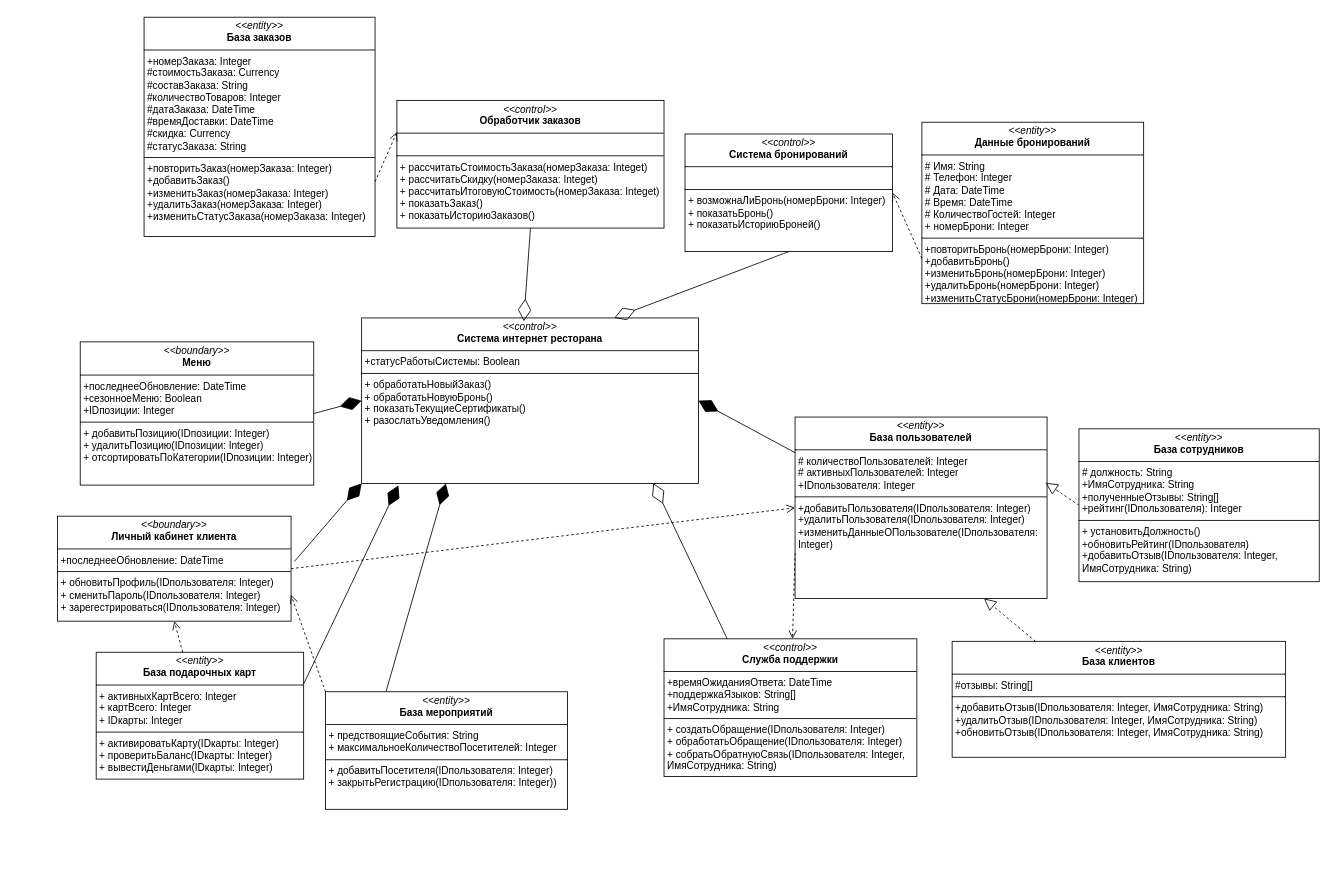
Above: 5 практика диаграмма акмс.drawio in danaddi/draw.io (draw.io), before the change. Source tidied: cells renumbered, new cells numbered last; positions are measured from the earlier drawing's top-left corner, leaving out a move shared by most shapes. Both pictures are drawn from the tidied source at 84%, with x=0, y=0 at pixel (57, 17).
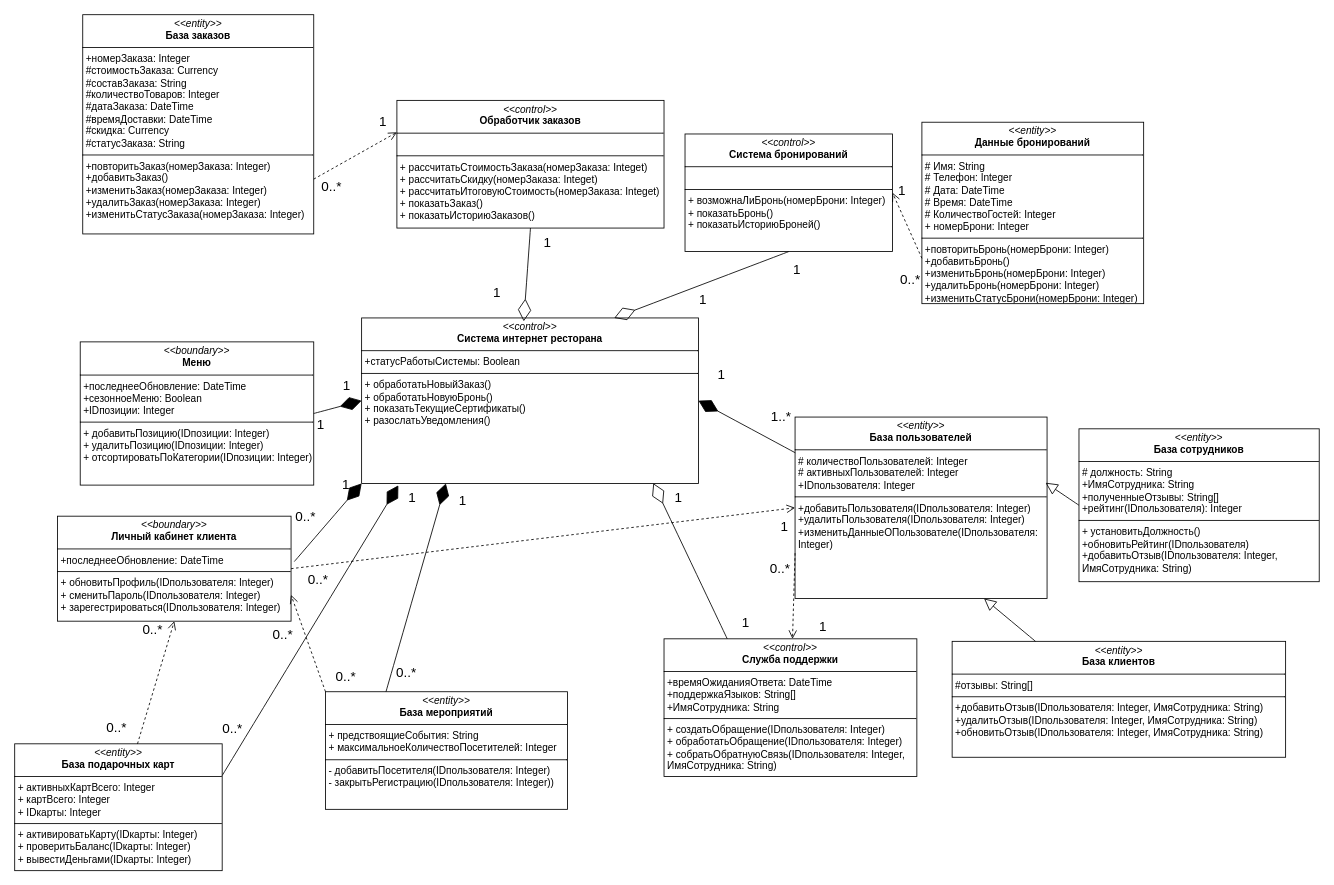
The same diagram, later.

Unchanged cells that the change refers to:
```xml
<mxCell id="23" value="&lt;p style=&quot;margin:0px;margin-top:4px;text-align:center;&quot;&gt;&lt;i&gt;&amp;lt;&amp;lt;entity&amp;gt;&amp;gt;&lt;/i&gt;&lt;br&gt;&lt;b&gt;База пользователей&lt;/b&gt;&lt;/p&gt;&lt;hr size=&quot;1&quot; style=&quot;border-style:solid;&quot;&gt;&lt;p style=&quot;margin:0px;margin-left:4px;&quot;&gt;# количествоПользователей: Integer&lt;/p&gt;&lt;p style=&quot;margin:0px;margin-left:4px;&quot;&gt;# активныхПользователей: Integer&lt;/p&gt;&lt;p style=&quot;margin:0px;margin-left:4px;&quot;&gt;+IDпользователя: Integer&lt;/p&gt;&lt;hr size=&quot;1&quot; style=&quot;border-style:solid;&quot;&gt;&lt;p style=&quot;margin: 0px 0px 0px 4px;&quot;&gt;+добавитьПользователя(&lt;span style=&quot;background-color: transparent; color: light-dark(rgb(0, 0, 0), rgb(255, 255, 255));&quot;&gt;ID&lt;/span&gt;пользователя&lt;span style=&quot;background-color: transparent; color: light-dark(rgb(0, 0, 0), rgb(255, 255, 255));&quot;&gt;: Integer&lt;/span&gt;&lt;span style=&quot;background-color: transparent; color: light-dark(rgb(0, 0, 0), rgb(255, 255, 255));&quot;&gt;)&lt;/span&gt;&lt;/p&gt;&lt;p style=&quot;margin: 0px 0px 0px 4px;&quot;&gt;&lt;span style=&quot;background-color: transparent; color: light-dark(rgb(0, 0, 0), rgb(255, 255, 255));&quot;&gt;+удалитьПользователя(&lt;/span&gt;&lt;span style=&quot;background-color: transparent; color: light-dark(rgb(0, 0, 0), rgb(255, 255, 255));&quot;&gt;ID&lt;/span&gt;&lt;span style=&quot;background-color: transparent; color: light-dark(rgb(0, 0, 0), rgb(255, 255, 255));&quot;&gt;пользователя&lt;/span&gt;&lt;span style=&quot;background-color: transparent; color: light-dark(rgb(0, 0, 0), rgb(255, 255, 255));&quot;&gt;: Integer&lt;/span&gt;&lt;span style=&quot;background-color: transparent; color: light-dark(rgb(0, 0, 0), rgb(255, 255, 255));&quot;&gt;)&lt;/span&gt;&lt;/p&gt;&lt;p style=&quot;margin: 0px 0px 0px 4px;&quot;&gt;&lt;span style=&quot;background-color: transparent; color: light-dark(rgb(0, 0, 0), rgb(255, 255, 255));&quot;&gt;+изменитьДанныеОПользователе(&lt;/span&gt;&lt;span style=&quot;background-color: transparent; color: light-dark(rgb(0, 0, 0), rgb(255, 255, 255));&quot;&gt;ID&lt;/span&gt;пользователя&lt;span style=&quot;background-color: transparent; color: light-dark(rgb(0, 0, 0), rgb(255, 255, 255));&quot;&gt;: Integer&lt;/span&gt;&lt;span style=&quot;background-color: transparent; color: light-dark(rgb(0, 0, 0), rgb(255, 255, 255));&quot;&gt;)&lt;/span&gt;&lt;/p&gt;" style="verticalAlign=top;align=left;overflow=fill;html=1;whiteSpace=wrap;" parent="1" vertex="1">
  <mxGeometry x="878" y="476" width="300" height="216" as="geometry" />
</mxCell>
<mxCell id="27" value="&lt;p style=&quot;margin:0px;margin-top:4px;text-align:center;&quot;&gt;&lt;i&gt;&amp;lt;&amp;lt;entity&amp;gt;&amp;gt;&lt;/i&gt;&lt;br&gt;&lt;b&gt;База сотрудников&lt;/b&gt;&lt;/p&gt;&lt;hr size=&quot;1&quot; style=&quot;border-style:solid;&quot;&gt;&lt;p style=&quot;margin:0px;margin-left:4px;&quot;&gt;# должность: String&lt;br&gt;&lt;/p&gt;&lt;p style=&quot;margin:0px;margin-left:4px;&quot;&gt;+ИмяСотрудника: String&lt;/p&gt;&lt;p style=&quot;margin:0px;margin-left:4px;&quot;&gt;+полученныеОтзывы: String[]&lt;/p&gt;&lt;p style=&quot;margin:0px;margin-left:4px;&quot;&gt;+рейтинг(IDпользователя): Integer&lt;/p&gt;&lt;hr size=&quot;1&quot; style=&quot;border-style:solid;&quot;&gt;&lt;p style=&quot;margin: 0px 0px 0px 4px;&quot;&gt;+ установитьДолжность()&lt;/p&gt;&lt;p style=&quot;margin: 0px 0px 0px 4px;&quot;&gt;+обновитьРейтинг(IDпользователя)&lt;/p&gt;&lt;p style=&quot;margin: 0px 0px 0px 4px;&quot;&gt;+добавитьОтзыв(&lt;span style=&quot;background-color: transparent; color: light-dark(rgb(0, 0, 0), rgb(255, 255, 255));&quot;&gt;ID&lt;/span&gt;&lt;span style=&quot;background-color: transparent; color: light-dark(rgb(0, 0, 0), rgb(255, 255, 255));&quot;&gt;пользователя&lt;/span&gt;&lt;span style=&quot;background-color: transparent; color: light-dark(rgb(0, 0, 0), rgb(255, 255, 255));&quot;&gt;: Integer, ИмяСотрудника&lt;/span&gt;&lt;span style=&quot;background-color: transparent; color: light-dark(rgb(0, 0, 0), rgb(255, 255, 255));&quot;&gt;: String&lt;/span&gt;&lt;span style=&quot;background-color: transparent; color: light-dark(rgb(0, 0, 0), rgb(255, 255, 255));&quot;&gt;)&lt;/span&gt;&lt;/p&gt;" style="verticalAlign=top;align=left;overflow=fill;html=1;whiteSpace=wrap;" parent="1" vertex="1">
  <mxGeometry x="1216" y="490" width="286" height="182" as="geometry" />
</mxCell>
<mxCell id="28" value="&lt;p style=&quot;margin:0px;margin-top:4px;text-align:center;&quot;&gt;&lt;i&gt;&amp;lt;&amp;lt;entity&amp;gt;&amp;gt;&lt;/i&gt;&lt;br&gt;&lt;b&gt;База клиентов&lt;/b&gt;&lt;/p&gt;&lt;hr size=&quot;1&quot; style=&quot;border-style:solid;&quot;&gt;&lt;p style=&quot;margin:0px;margin-left:4px;&quot;&gt;#отзывы: String[]&lt;/p&gt;&lt;hr size=&quot;1&quot; style=&quot;border-style:solid;&quot;&gt;&lt;p style=&quot;margin: 0px 0px 0px 4px;&quot;&gt;+добавитьОтзыв(&lt;span style=&quot;background-color: transparent; color: light-dark(rgb(0, 0, 0), rgb(255, 255, 255));&quot;&gt;ID&lt;/span&gt;&lt;span style=&quot;background-color: transparent; color: light-dark(rgb(0, 0, 0), rgb(255, 255, 255));&quot;&gt;пользователя&lt;/span&gt;&lt;span style=&quot;background-color: transparent; color: light-dark(rgb(0, 0, 0), rgb(255, 255, 255));&quot;&gt;: Integer, ИмяСотрудника&lt;/span&gt;&lt;span style=&quot;background-color: transparent; color: light-dark(rgb(0, 0, 0), rgb(255, 255, 255));&quot;&gt;: String&lt;/span&gt;&lt;span style=&quot;background-color: transparent; color: light-dark(rgb(0, 0, 0), rgb(255, 255, 255));&quot;&gt;)&lt;/span&gt;&lt;/p&gt;&lt;p style=&quot;margin: 0px 0px 0px 4px;&quot;&gt;+удалитьОтзыв(&lt;span style=&quot;background-color: transparent; color: light-dark(rgb(0, 0, 0), rgb(255, 255, 255));&quot;&gt;ID&lt;/span&gt;&lt;span style=&quot;background-color: transparent; color: light-dark(rgb(0, 0, 0), rgb(255, 255, 255));&quot;&gt;пользователя&lt;/span&gt;&lt;span style=&quot;background-color: transparent; color: light-dark(rgb(0, 0, 0), rgb(255, 255, 255));&quot;&gt;: Integer, ИмяСотрудника&lt;/span&gt;&lt;span style=&quot;background-color: transparent; color: light-dark(rgb(0, 0, 0), rgb(255, 255, 255));&quot;&gt;: String&lt;/span&gt;&lt;span style=&quot;background-color: transparent; color: light-dark(rgb(0, 0, 0), rgb(255, 255, 255));&quot;&gt;)&lt;/span&gt;&lt;/p&gt;&lt;p style=&quot;margin: 0px 0px 0px 4px;&quot;&gt;+обновитьОтзыв(&lt;span style=&quot;background-color: transparent; color: light-dark(rgb(0, 0, 0), rgb(255, 255, 255));&quot;&gt;ID&lt;/span&gt;&lt;span style=&quot;background-color: transparent; color: light-dark(rgb(0, 0, 0), rgb(255, 255, 255));&quot;&gt;пользователя&lt;/span&gt;&lt;span style=&quot;background-color: transparent; color: light-dark(rgb(0, 0, 0), rgb(255, 255, 255));&quot;&gt;: Integer, ИмяСотрудника&lt;/span&gt;&lt;span style=&quot;background-color: transparent; color: light-dark(rgb(0, 0, 0), rgb(255, 255, 255));&quot;&gt;: String&lt;/span&gt;&lt;span style=&quot;background-color: transparent; color: light-dark(rgb(0, 0, 0), rgb(255, 255, 255));&quot;&gt;)&lt;/span&gt;&lt;/p&gt;" style="verticalAlign=top;align=left;overflow=fill;html=1;whiteSpace=wrap;" parent="1" vertex="1">
  <mxGeometry x="1065" y="743" width="397" height="138" as="geometry" />
</mxCell>
```

Change to the diagram source:
```diff
@@
     <mxCell id="3" value="&lt;p style=&quot;margin:0px;margin-top:4px;text-align:center;&quot;&gt;&lt;i&gt;&amp;lt;&amp;lt;entity&amp;gt;&amp;gt;&lt;/i&gt;&lt;br&gt;&lt;b&gt;База заказов&lt;/b&gt;&lt;/p&gt;&lt;hr size=&quot;1&quot; style=&quot;border-style:solid;&quot;&gt;&lt;p style=&quot;margin:0px;margin-left:4px;&quot;&gt;+номерЗаказа: Integer&lt;/p&gt;&lt;p style=&quot;margin:0px;margin-left:4px;&quot;&gt;#стоимостьЗаказа: Currency&lt;/p&gt;&lt;p style=&quot;margin:0px;margin-left:4px;&quot;&gt;#составЗаказа: String&lt;/p&gt;&lt;p style=&quot;margin:0px;margin-left:4px;&quot;&gt;#количествоТоваров: Integer&lt;/p&gt;&lt;p style=&quot;margin:0px;margin-left:4px;&quot;&gt;#датаЗаказа: DateTime&lt;/p&gt;&lt;p style=&quot;margin:0px;margin-left:4px;&quot;&gt;#времяДоставки: DateTime&lt;/p&gt;&lt;p style=&quot;margin:0px;margin-left:4px;&quot;&gt;#скидка: Currency&lt;/p&gt;&lt;p style=&quot;margin:0px;margin-left:4px;&quot;&gt;#статусЗаказа: String&lt;br&gt;&lt;/p&gt;&lt;hr size=&quot;1&quot; style=&quot;border-style:solid;&quot;&gt;&lt;p style=&quot;margin: 0px 0px 0px 4px;&quot;&gt;+повторитьЗаказ(номерЗаказа: Integer)&lt;/p&gt;&lt;p style=&quot;margin: 0px 0px 0px 4px;&quot;&gt;+добавитьЗаказ()&lt;/p&gt;&lt;p style=&quot;margin: 0px 0px 0px 4px;&quot;&gt;+изменитьЗаказ(&lt;span style=&quot;background-color: transparent; color: light-dark(rgb(0, 0, 0), rgb(255, 255, 255));&quot;&gt;номерЗаказа: Integer&lt;/span&gt;&lt;span style=&quot;background-color: transparent; color: light-dark(rgb(0, 0, 0), rgb(255, 255, 255));&quot;&gt;)&lt;/span&gt;&lt;/p&gt;&lt;p style=&quot;margin: 0px 0px 0px 4px;&quot;&gt;+удалитьЗаказ(&lt;span style=&quot;background-color: transparent; color: light-dark(rgb(0, 0, 0), rgb(255, 255, 255));&quot;&gt;номерЗаказа: Integer&lt;/span&gt;&lt;span style=&quot;background-color: transparent; color: light-dark(rgb(0, 0, 0), rgb(255, 255, 255));&quot;&gt;)&lt;/span&gt;&lt;/p&gt;&lt;p style=&quot;margin: 0px 0px 0px 4px;&quot;&gt;&lt;span style=&quot;background-color: transparent; color: light-dark(rgb(0, 0, 0), rgb(255, 255, 255));&quot;&gt;+изменитьСтатусЗаказа(&lt;/span&gt;&lt;span style=&quot;background-color: transparent; color: light-dark(rgb(0, 0, 0), rgb(255, 255, 255));&quot;&gt;номерЗаказа: Integer&lt;/span&gt;&lt;span style=&quot;background-color: transparent; color: light-dark(rgb(0, 0, 0), rgb(255, 255, 255));&quot;&gt;)&lt;/span&gt;&lt;/p&gt;" style="verticalAlign=top;align=left;overflow=fill;html=1;whiteSpace=wrap;" parent="1" vertex="1">
-      <mxGeometry x="103" width="275" height="261" as="geometry" />
+      <mxGeometry x="30" y="-3" width="275" height="261" as="geometry" />
     </mxCell>
@@
     <mxCell id="15" value="&lt;p style=&quot;margin:0px;margin-top:4px;text-align:center;&quot;&gt;&lt;i&gt;&amp;lt;&amp;lt;entity&amp;gt;&amp;gt;&lt;/i&gt;&lt;br&gt;&lt;b&gt;База подарочных карт&lt;/b&gt;&lt;/p&gt;&lt;hr size=&quot;1&quot; style=&quot;border-style:solid;&quot;&gt;&lt;p style=&quot;margin:0px;margin-left:4px;&quot;&gt;+ активныхКартВсего: Integer&lt;/p&gt;&lt;p style=&quot;margin:0px;margin-left:4px;&quot;&gt;+ картВсего: Integer&lt;br&gt;&lt;/p&gt;&lt;p style=&quot;margin:0px;margin-left:4px;&quot;&gt;+ IDкарты: Integer&lt;/p&gt;&lt;hr size=&quot;1&quot; style=&quot;border-style:solid;&quot;&gt;&lt;p style=&quot;margin:0px;margin-left:4px;&quot;&gt;+ активироватьКарту(&lt;span style=&quot;background-color: transparent; color: light-dark(rgb(0, 0, 0), rgb(255, 255, 255));&quot;&gt;IDкарты: Integer&lt;/span&gt;&lt;span style=&quot;background-color: transparent; color: light-dark(rgb(0, 0, 0), rgb(255, 255, 255));&quot;&gt;)&lt;/span&gt;&lt;/p&gt;&lt;p style=&quot;margin:0px;margin-left:4px;&quot;&gt;&lt;span style=&quot;background-color: transparent; color: light-dark(rgb(0, 0, 0), rgb(255, 255, 255));&quot;&gt;+ проверитьБаланс(&lt;/span&gt;&lt;span style=&quot;background-color: transparent; color: light-dark(rgb(0, 0, 0), rgb(255, 255, 255));&quot;&gt;IDкарты: Integer&lt;/span&gt;&lt;span style=&quot;background-color: transparent; color: light-dark(rgb(0, 0, 0), rgb(255, 255, 255));&quot;&gt;)&lt;/span&gt;&lt;/p&gt;&lt;p style=&quot;margin:0px;margin-left:4px;&quot;&gt;&lt;span style=&quot;background-color: transparent; color: light-dark(rgb(0, 0, 0), rgb(255, 255, 255));&quot;&gt;+ вывестиДеньгами(&lt;/span&gt;&lt;span style=&quot;background-color: transparent; color: light-dark(rgb(0, 0, 0), rgb(255, 255, 255));&quot;&gt;IDкарты: Integer)&lt;/span&gt;&lt;/p&gt;" style="verticalAlign=top;align=left;overflow=fill;html=1;whiteSpace=wrap;" parent="1" vertex="1">
-      <mxGeometry x="46" y="756" width="247" height="151" as="geometry" />
+      <mxGeometry x="-51" y="865" width="247" height="151" as="geometry" />
     </mxCell>
@@
-    <mxCell id="17" value="&lt;p style=&quot;margin:0px;margin-top:4px;text-align:center;&quot;&gt;&lt;i&gt;&amp;lt;&amp;lt;entity&amp;gt;&amp;gt;&lt;/i&gt;&lt;br&gt;&lt;b&gt;База мероприятий&lt;/b&gt;&lt;/p&gt;&lt;hr size=&quot;1&quot; style=&quot;border-style:solid;&quot;&gt;&lt;p style=&quot;margin:0px;margin-left:4px;&quot;&gt;+ предствоящиеСобытия: String&lt;br&gt;+ максимальноеКоличествоПосетителей: Integer&lt;/p&gt;&lt;hr size=&quot;1&quot; style=&quot;border-style:solid;&quot;&gt;&lt;p style=&quot;margin:0px;margin-left:4px;&quot;&gt;+ добавитьПосетителя(IDпользователя: Integer)&lt;/p&gt;&lt;p style=&quot;margin:0px;margin-left:4px;&quot;&gt;+ закрытьРегистрацию(&lt;span style=&quot;background-color: transparent; color: light-dark(rgb(0, 0, 0), rgb(255, 255, 255));&quot;&gt;ID&lt;/span&gt;пользователя&lt;span style=&quot;background-color: transparent; color: light-dark(rgb(0, 0, 0), rgb(255, 255, 255));&quot;&gt;: Integer)&lt;/span&gt;&lt;span style=&quot;background-color: transparent; color: light-dark(rgb(0, 0, 0), rgb(255, 255, 255));&quot;&gt;)&lt;/span&gt;&lt;/p&gt;" style="verticalAlign=top;align=left;overflow=fill;html=1;whiteSpace=wrap;" parent="1" vertex="1">
+    <mxCell id="17" value="&lt;p style=&quot;margin:0px;margin-top:4px;text-align:center;&quot;&gt;&lt;i&gt;&amp;lt;&amp;lt;entity&amp;gt;&amp;gt;&lt;/i&gt;&lt;br&gt;&lt;b&gt;База мероприятий&lt;/b&gt;&lt;/p&gt;&lt;hr size=&quot;1&quot; style=&quot;border-style:solid;&quot;&gt;&lt;p style=&quot;margin:0px;margin-left:4px;&quot;&gt;+ предствоящиеСобытия: String&lt;br&gt;+ максимальноеКоличествоПосетителей: Integer&lt;/p&gt;&lt;hr size=&quot;1&quot; style=&quot;border-style:solid;&quot;&gt;&lt;p style=&quot;margin:0px;margin-left:4px;&quot;&gt;- добавитьПосетителя(IDпользователя: Integer)&lt;/p&gt;&lt;p style=&quot;margin:0px;margin-left:4px;&quot;&gt;- закрытьРегистрацию(&lt;span style=&quot;background-color: transparent; color: light-dark(rgb(0, 0, 0), rgb(255, 255, 255));&quot;&gt;ID&lt;/span&gt;пользователя&lt;span style=&quot;background-color: transparent; color: light-dark(rgb(0, 0, 0), rgb(255, 255, 255));&quot;&gt;: Integer)&lt;/span&gt;&lt;span style=&quot;background-color: transparent; color: light-dark(rgb(0, 0, 0), rgb(255, 255, 255));&quot;&gt;)&lt;/span&gt;&lt;/p&gt;" style="verticalAlign=top;align=left;overflow=fill;html=1;whiteSpace=wrap;" parent="1" vertex="1">
       <mxGeometry x="319" y="803" width="288" height="140" as="geometry" />
     </mxCell>
@@
-    <mxCell id="29" style="endArrow=block;dashed=1;endFill=0;endSize=12;html=1;rounded=0;fontSize=12;curved=1;exitX=0;exitY=0.5;exitDx=0;exitDy=0;entryX=0.994;entryY=0.362;entryDx=0;entryDy=0;entryPerimeter=0;" parent="1" edge="1" source="27" target="23">
+    <mxCell id="29" style="endArrow=block;endFill=0;endSize=12;html=1;rounded=0;fontSize=12;curved=1;exitX=0;exitY=0.5;exitDx=0;exitDy=0;entryX=0.994;entryY=0.362;entryDx=0;entryDy=0;entryPerimeter=0;" parent="1" edge="1" source="27" target="23">
       <mxGeometry relative="1" as="geometry" />
     </mxCell>
-    <mxCell id="30" style="endArrow=block;dashed=1;endFill=0;endSize=12;html=1;rounded=0;fontSize=12;curved=1;exitX=0.25;exitY=0;exitDx=0;exitDy=0;entryX=0.75;entryY=1;entryDx=0;entryDy=0;" parent="1" edge="1" source="28" target="23">
+    <mxCell id="30" style="endArrow=block;endFill=0;endSize=12;html=1;rounded=0;fontSize=12;curved=1;exitX=0.25;exitY=0;exitDx=0;exitDy=0;entryX=0.75;entryY=1;entryDx=0;entryDy=0;" parent="1" edge="1" source="28" target="23">
       <mxGeometry relative="1" as="geometry" />
     </mxCell>
+    <mxCell id="31" value="1" style="text;html=1;align=center;verticalAlign=middle;strokeColor=none;fillColor=none;fontSize=16;" parent="1" vertex="1">
+      <mxGeometry x="866" y="284" width="27" height="31" as="geometry" />
+    </mxCell>
+    <mxCell id="32" value="1" style="text;html=1;align=center;verticalAlign=middle;strokeColor=none;fillColor=none;fontSize=16;" parent="1" vertex="1">
+      <mxGeometry x="754.5" y="320.5" width="27" height="31" as="geometry" />
+    </mxCell>
+    <mxCell id="33" value="1" style="text;html=1;align=center;verticalAlign=middle;strokeColor=none;fillColor=none;fontSize=16;" parent="1" vertex="1">
+      <mxGeometry x="991.5" y="190.5" width="27" height="31" as="geometry" />
+    </mxCell>
+    <mxCell id="34" value="0..*" style="text;html=1;align=center;verticalAlign=middle;strokeColor=none;fillColor=none;fontSize=16;" parent="1" vertex="1">
+      <mxGeometry x="994" y="296" width="42" height="31" as="geometry" />
+    </mxCell>
+    <mxCell id="35" value="1" style="text;html=1;align=center;verticalAlign=middle;strokeColor=none;fillColor=none;fontSize=16;" parent="1" vertex="1">
+      <mxGeometry x="569.5" y="252.5" width="27" height="31" as="geometry" />
+    </mxCell>
+    <mxCell id="36" value="1" style="text;html=1;align=center;verticalAlign=middle;strokeColor=none;fillColor=none;fontSize=16;" parent="1" vertex="1">
+      <mxGeometry x="509.5" y="312.5" width="27" height="31" as="geometry" />
+    </mxCell>
+    <mxCell id="37" value="1" style="text;html=1;align=center;verticalAlign=middle;strokeColor=none;fillColor=none;fontSize=16;" parent="1" vertex="1">
+      <mxGeometry x="373" y="108" width="27" height="31" as="geometry" />
+    </mxCell>
+    <mxCell id="38" value="0..*" style="text;html=1;align=center;verticalAlign=middle;strokeColor=none;fillColor=none;fontSize=16;" parent="1" vertex="1">
+      <mxGeometry x="304.5" y="185.5" width="42" height="31" as="geometry" />
+    </mxCell>
+    <mxCell id="39" value="1" style="text;html=1;align=center;verticalAlign=middle;strokeColor=none;fillColor=none;fontSize=16;" parent="1" vertex="1">
+      <mxGeometry x="776.5" y="409.5" width="27" height="31" as="geometry" />
+    </mxCell>
+    <mxCell id="40" value="1..*" style="text;html=1;align=center;verticalAlign=middle;strokeColor=none;fillColor=none;fontSize=16;" parent="1" vertex="1">
+      <mxGeometry x="839.5" y="459.5" width="42" height="31" as="geometry" />
+    </mxCell>
+    <mxCell id="41" value="1" style="text;html=1;align=center;verticalAlign=middle;strokeColor=none;fillColor=none;fontSize=16;" parent="1" vertex="1">
+      <mxGeometry x="725.5" y="556.5" width="27" height="31" as="geometry" />
+    </mxCell>
+    <mxCell id="42" value="1" style="text;html=1;align=center;verticalAlign=middle;strokeColor=none;fillColor=none;fontSize=16;" parent="1" vertex="1">
+      <mxGeometry x="805.5" y="704.5" width="27" height="31" as="geometry" />
+    </mxCell>
+    <mxCell id="43" value="0..*" style="text;html=1;align=center;verticalAlign=middle;strokeColor=none;fillColor=none;fontSize=16;" parent="1" vertex="1">
+      <mxGeometry x="393.5" y="764.5" width="42" height="31" as="geometry" />
+    </mxCell>
+    <mxCell id="44" value="1" style="text;html=1;align=center;verticalAlign=middle;strokeColor=none;fillColor=none;fontSize=16;" parent="1" vertex="1">
+      <mxGeometry x="468.5" y="559.5" width="27" height="31" as="geometry" />
+    </mxCell>
+    <mxCell id="45" value="1" style="text;html=1;align=center;verticalAlign=middle;strokeColor=none;fillColor=none;fontSize=16;" parent="1" vertex="1">
+      <mxGeometry x="408.5" y="556.5" width="27" height="31" as="geometry" />
+    </mxCell>
+    <mxCell id="46" value="0..*" style="text;html=1;align=center;verticalAlign=middle;strokeColor=none;fillColor=none;fontSize=16;" parent="1" vertex="1">
+      <mxGeometry x="187" y="831" width="42" height="31" as="geometry" />
+    </mxCell>
+    <mxCell id="47" value="1" style="text;html=1;align=center;verticalAlign=middle;strokeColor=none;fillColor=none;fontSize=16;" parent="1" vertex="1">
+      <mxGeometry x="329" y="540" width="27" height="31" as="geometry" />
+    </mxCell>
+    <mxCell id="48" value="0..*" style="text;html=1;align=center;verticalAlign=middle;strokeColor=none;fillColor=none;fontSize=16;" parent="1" vertex="1">
+      <mxGeometry x="274" y="578" width="42" height="31" as="geometry" />
+    </mxCell>
+    <mxCell id="49" value="0..*" style="text;html=1;align=center;verticalAlign=middle;strokeColor=none;fillColor=none;fontSize=16;" parent="1" vertex="1">
+      <mxGeometry x="91.5" y="713.5" width="42" height="31" as="geometry" />
+    </mxCell>
+    <mxCell id="50" value="0..*" style="text;html=1;align=center;verticalAlign=middle;strokeColor=none;fillColor=none;fontSize=16;" parent="1" vertex="1">
+      <mxGeometry x="48.5" y="830.5" width="42" height="31" as="geometry" />
+    </mxCell>
+    <mxCell id="51" value="0..*" style="text;html=1;align=center;verticalAlign=middle;strokeColor=none;fillColor=none;fontSize=16;" parent="1" vertex="1">
+      <mxGeometry x="321.5" y="769" width="42" height="31" as="geometry" />
+    </mxCell>
+    <mxCell id="52" value="0..*" style="text;html=1;align=center;verticalAlign=middle;strokeColor=none;fillColor=none;fontSize=16;" parent="1" vertex="1">
+      <mxGeometry x="247" y="719" width="42" height="31" as="geometry" />
+    </mxCell>
+    <mxCell id="53" value="0..*" style="text;html=1;align=center;verticalAlign=middle;strokeColor=none;fillColor=none;fontSize=16;" parent="1" vertex="1">
+      <mxGeometry x="288.5" y="653.5" width="42" height="31" as="geometry" />
+    </mxCell>
+    <mxCell id="54" value="1" style="text;html=1;align=center;verticalAlign=middle;strokeColor=none;fillColor=none;fontSize=16;" parent="1" vertex="1">
+      <mxGeometry x="851" y="590.5" width="27" height="31" as="geometry" />
+    </mxCell>
+    <mxCell id="55" value="1" style="text;html=1;align=center;verticalAlign=middle;strokeColor=none;fillColor=none;fontSize=16;" parent="1" vertex="1">
+      <mxGeometry x="330.5" y="422" width="27" height="31" as="geometry" />
+    </mxCell>
+    <mxCell id="56" value="1" style="text;html=1;align=center;verticalAlign=middle;strokeColor=none;fillColor=none;fontSize=16;" parent="1" vertex="1">
+      <mxGeometry x="299" y="469" width="27" height="31" as="geometry" />
+    </mxCell>
+    <mxCell id="57" value="1" style="text;html=1;align=center;verticalAlign=middle;strokeColor=none;fillColor=none;fontSize=16;" parent="1" vertex="1">
+      <mxGeometry x="897" y="709" width="27" height="31" as="geometry" />
+    </mxCell>
+    <mxCell id="58" value="0..*" style="text;html=1;align=center;verticalAlign=middle;strokeColor=none;fillColor=none;fontSize=16;" parent="1" vertex="1">
+      <mxGeometry x="838.5" y="640.5" width="42" height="31" as="geometry" />
+    </mxCell>
```
